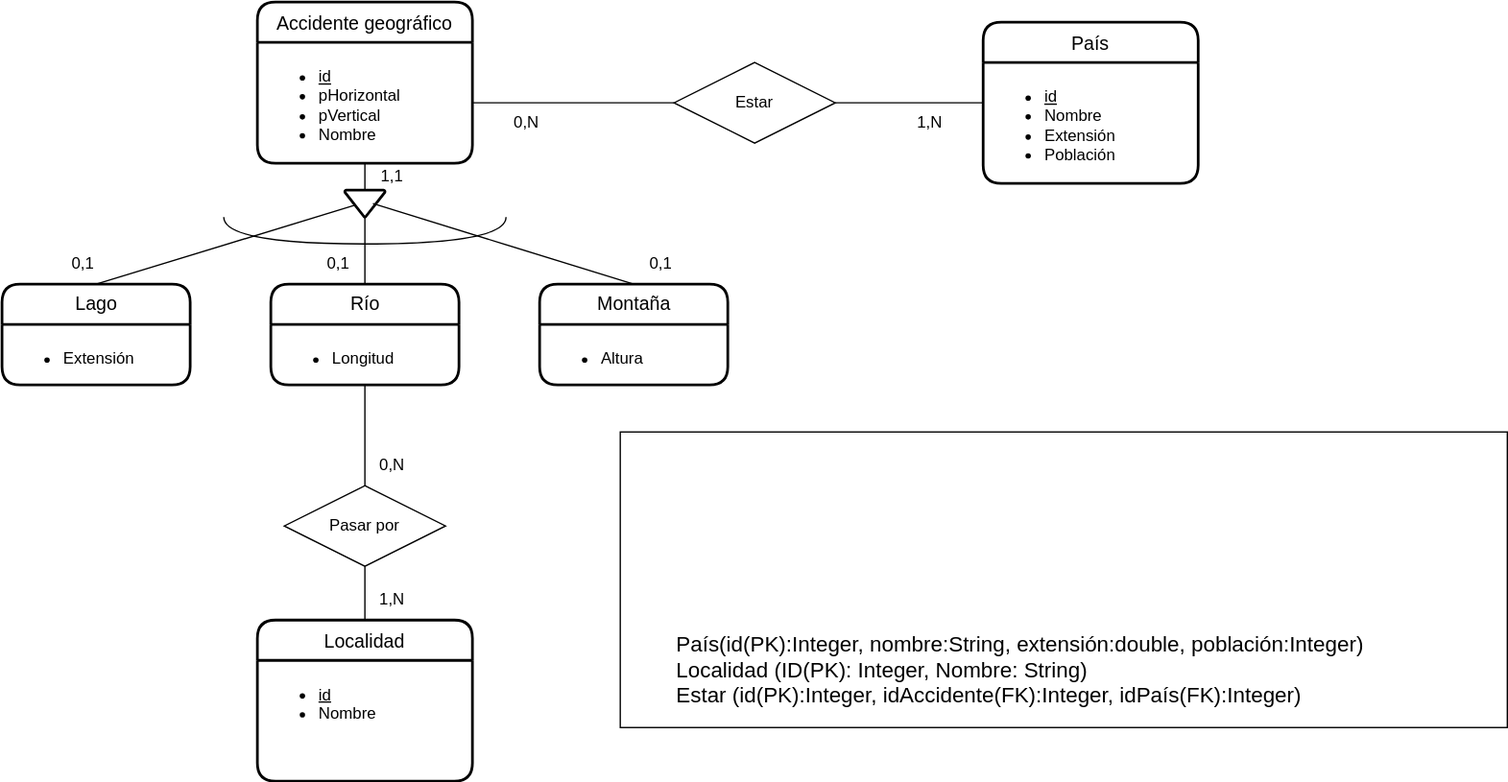
The draw.io diagram UD12-11.svg in Jimxx22/C3-UD11-UML, before a commit. Source tidied: cells renumbered, new cells last; positions are measured from the earlier drawing's top-left corner, leaving out a move shared by most shapes.
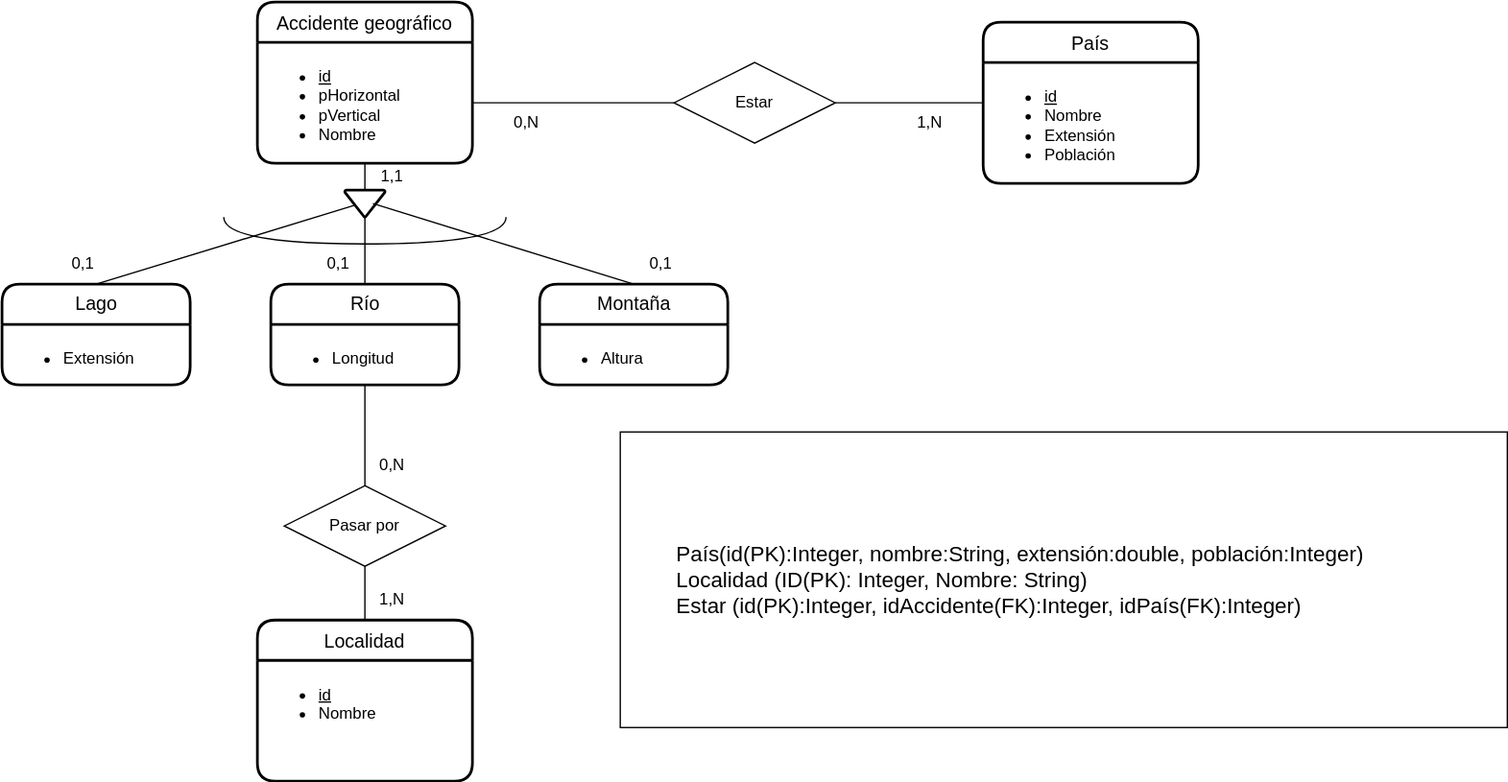
After the commit.

The edit, as a diff of the source:
```diff
@@ -107,7 +107,7 @@
     <mxCell id="33" value="&lt;ul&gt;&lt;li&gt;Altura&lt;/li&gt;&lt;/ul&gt;" style="align=left;strokeColor=none;fillColor=none;spacingLeft=4;fontSize=12;verticalAlign=top;html=1;labelBackgroundColor=none;" parent="32" vertex="1">
       <mxGeometry y="30" width="140" height="45" as="geometry" />
     </mxCell>
-    <mxCell id="34" value="&lt;blockquote style=&quot;margin: 0 0 0 40px; border: none; padding: 0px;&quot;&gt;&lt;font style=&quot;font-size: 16px;&quot;&gt;&lt;br&gt;&lt;/font&gt;&lt;/blockquote&gt;&lt;blockquote style=&quot;margin: 0 0 0 40px; border: none; padding: 0px;&quot;&gt;&lt;font style=&quot;font-size: 16px;&quot;&gt;&lt;br&gt;&lt;/font&gt;&lt;/blockquote&gt;&lt;blockquote style=&quot;margin: 0 0 0 40px; border: none; padding: 0px;&quot;&gt;&lt;font style=&quot;font-size: 16px;&quot;&gt;&lt;br&gt;&lt;/font&gt;&lt;/blockquote&gt;&lt;blockquote style=&quot;margin: 0 0 0 40px; border: none; padding: 0px;&quot;&gt;&lt;font style=&quot;font-size: 16px;&quot;&gt;&lt;br&gt;&lt;/font&gt;&lt;/blockquote&gt;&lt;blockquote style=&quot;margin: 0 0 0 40px; border: none; padding: 0px;&quot;&gt;&lt;font style=&quot;font-size: 16px;&quot;&gt;&lt;br&gt;&lt;/font&gt;&lt;/blockquote&gt;&lt;blockquote style=&quot;margin: 0 0 0 40px; border: none; padding: 0px;&quot;&gt;&lt;font style=&quot;font-size: 16px;&quot;&gt;&lt;br&gt;&lt;/font&gt;&lt;/blockquote&gt;&lt;blockquote style=&quot;margin: 0 0 0 40px; border: none; padding: 0px;&quot;&gt;&lt;font style=&quot;font-size: 16px;&quot;&gt;&lt;br&gt;&lt;/font&gt;&lt;/blockquote&gt;&lt;blockquote style=&quot;margin: 0 0 0 40px; border: none; padding: 0px;&quot;&gt;&lt;font style=&quot;font-size: 16px;&quot;&gt;País(id(PK):Integer, nombre:String, extensión:double, población:Integer)&lt;br&gt;&lt;/font&gt;&lt;font style=&quot;font-size: 16px;&quot;&gt;Localidad (ID(PK): Integer, Nombre: String)&lt;/font&gt;&lt;/blockquote&gt;&lt;blockquote style=&quot;margin: 0 0 0 40px; border: none; padding: 0px;&quot;&gt;&lt;span style=&quot;font-size: 16px;&quot;&gt;Estar (id(PK):Integer, idAccidente(FK):Integer, idPaís(FK):Integer)&lt;/span&gt;&lt;/blockquote&gt;" style="rounded=0;whiteSpace=wrap;html=1;align=left;horizontal=1;" parent="1" vertex="1">
+    <mxCell id="34" value="&lt;blockquote style=&quot;margin: 0 0 0 40px; border: none; padding: 0px;&quot;&gt;&lt;span style=&quot;font-size: 16px; background-color: initial;&quot;&gt;País(id(PK):Integer, nombre:String, extensión:double, población:Integer)&lt;/span&gt;&lt;br&gt;&lt;/blockquote&gt;&lt;blockquote style=&quot;margin: 0 0 0 40px; border: none; padding: 0px;&quot;&gt;&lt;font style=&quot;font-size: 16px;&quot;&gt;Localidad (ID(PK): Integer, Nombre: String)&lt;/font&gt;&lt;/blockquote&gt;&lt;blockquote style=&quot;margin: 0 0 0 40px; border: none; padding: 0px;&quot;&gt;&lt;span style=&quot;font-size: 16px;&quot;&gt;Estar (id(PK):Integer, idAccidente(FK):Integer, idPaís(FK):Integer)&lt;/span&gt;&lt;/blockquote&gt;" style="rounded=0;whiteSpace=wrap;html=1;align=left;horizontal=1;" parent="1" vertex="1">
       <mxGeometry x="460" y="320" width="660" height="220" as="geometry" />
     </mxCell>
   </root>
```
